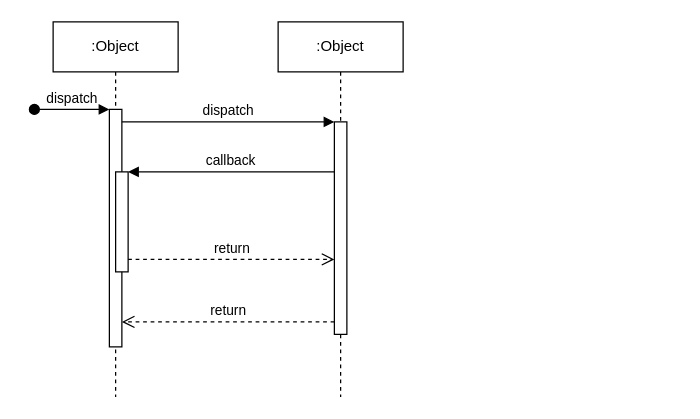
Before: Untitled Diagram.drawio in kameshbrao/ArchiModels, a draw.io diagram. Source tidied: cells renumbered, new cells numbered last; positions are measured from the earlier drawing's top-left corner, leaving out a move shared by most shapes. Both pictures are drawn from the tidied source at 125%, with x=0, y=0 at pixel (34, 21).
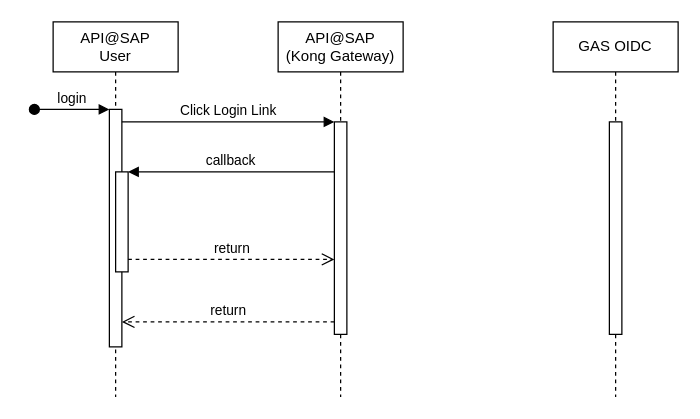
After the change.

The edit, as a diff of the source:
```diff
@@
 <mxGraphModel>
   <root>
     <mxCell id="0" />
     <mxCell id="1" parent="0" />
-    <mxCell id="2" value=":Object" style="shape=umlLifeline;perimeter=lifelinePerimeter;whiteSpace=wrap;html=1;newEdgeStyle={&quot;edgeStyle&quot;:&quot;elbowEdgeStyle&quot;,&quot;elbow&quot;:&quot;vertical&quot;,&quot;curved&quot;:0,&quot;rounded&quot;:0};" parent="1" vertex="1">
+    <mxCell id="2" value="API@SAP &lt;br&gt;User" style="shape=umlLifeline;perimeter=lifelinePerimeter;whiteSpace=wrap;html=1;newEdgeStyle={&quot;edgeStyle&quot;:&quot;elbowEdgeStyle&quot;,&quot;elbow&quot;:&quot;vertical&quot;,&quot;curved&quot;:0,&quot;rounded&quot;:0};" parent="1" vertex="1">
       <mxGeometry x="15" width="100" height="300" as="geometry" />
     </mxCell>
     <mxCell id="3" style="html=1;points=[];perimeter=orthogonalPerimeter;outlineConnect=0;targetShapes=umlLifeline;portConstraint=eastwest;newEdgeStyle={&quot;edgeStyle&quot;:&quot;elbowEdgeStyle&quot;,&quot;elbow&quot;:&quot;vertical&quot;,&quot;curved&quot;:0,&quot;rounded&quot;:0};" parent="2" vertex="1">
       <mxGeometry x="45" y="70" width="10" height="190" as="geometry" />
     </mxCell>
-    <mxCell id="4" value="dispatch" style="html=1;verticalAlign=bottom;startArrow=oval;endArrow=block;startSize=8;edgeStyle=elbowEdgeStyle;elbow=vertical;curved=0;rounded=0;" parent="2" edge="1" target="3">
+    <mxCell id="4" value="login" style="html=1;verticalAlign=bottom;startArrow=oval;endArrow=block;startSize=8;edgeStyle=elbowEdgeStyle;elbow=vertical;curved=0;rounded=0;" parent="2" edge="1" target="3">
       <mxGeometry relative="1" as="geometry">
         <mxPoint x="-15" y="70" as="sourcePoint" />
       </mxGeometry>
     </mxCell>
     <mxCell id="5" style="html=1;points=[];perimeter=orthogonalPerimeter;outlineConnect=0;targetShapes=umlLifeline;portConstraint=eastwest;newEdgeStyle={&quot;edgeStyle&quot;:&quot;elbowEdgeStyle&quot;,&quot;elbow&quot;:&quot;vertical&quot;,&quot;curved&quot;:0,&quot;rounded&quot;:0};" parent="2" vertex="1">
       <mxGeometry x="50" y="120" width="10" height="80" as="geometry" />
     </mxCell>
-    <mxCell id="6" value=":Object" style="shape=umlLifeline;perimeter=lifelinePerimeter;whiteSpace=wrap;html=1;newEdgeStyle={&quot;edgeStyle&quot;:&quot;elbowEdgeStyle&quot;,&quot;elbow&quot;:&quot;vertical&quot;,&quot;curved&quot;:0,&quot;rounded&quot;:0};" parent="1" vertex="1">
+    <mxCell id="6" value="API@SAP&lt;br&gt;(Kong Gateway)" style="shape=umlLifeline;perimeter=lifelinePerimeter;whiteSpace=wrap;html=1;newEdgeStyle={&quot;edgeStyle&quot;:&quot;elbowEdgeStyle&quot;,&quot;elbow&quot;:&quot;vertical&quot;,&quot;curved&quot;:0,&quot;rounded&quot;:0};" parent="1" vertex="1">
       <mxGeometry x="195" width="100" height="300" as="geometry" />
     </mxCell>
     <mxCell id="7" style="html=1;points=[];perimeter=orthogonalPerimeter;outlineConnect=0;targetShapes=umlLifeline;portConstraint=eastwest;newEdgeStyle={&quot;edgeStyle&quot;:&quot;elbowEdgeStyle&quot;,&quot;elbow&quot;:&quot;vertical&quot;,&quot;curved&quot;:0,&quot;rounded&quot;:0};" parent="6" vertex="1">
       <mxGeometry x="45" y="80" width="10" height="170" as="geometry" />
     </mxCell>
-    <mxCell id="8" value="dispatch" style="html=1;verticalAlign=bottom;endArrow=block;edgeStyle=elbowEdgeStyle;elbow=vertical;curved=0;rounded=0;" parent="1" edge="1" source="3" target="7">
+    <mxCell id="8" value="Click Login Link" style="html=1;verticalAlign=bottom;endArrow=block;edgeStyle=elbowEdgeStyle;elbow=vertical;curved=0;rounded=0;" parent="1" edge="1" source="3" target="7">
       <mxGeometry relative="1" as="geometry">
         <Array as="points">
           <mxPoint x="155" y="80" />
         </Array>
       </mxGeometry>
     </mxCell>
     <mxCell id="9" value="return" style="html=1;verticalAlign=bottom;endArrow=open;dashed=1;endSize=8;edgeStyle=elbowEdgeStyle;elbow=vertical;curved=0;rounded=0;" parent="1" edge="1" source="7" target="3">
       <mxGeometry relative="1" as="geometry">
         <Array as="points">
           <mxPoint x="165" y="240" />
         </Array>
       </mxGeometry>
     </mxCell>
     <mxCell id="10" value="callback" style="html=1;verticalAlign=bottom;endArrow=block;edgeStyle=elbowEdgeStyle;elbow=vertical;curved=0;rounded=0;" parent="1" edge="1" source="7" target="5">
       <mxGeometry relative="1" as="geometry">
         <Array as="points">
           <mxPoint x="165" y="120" />
         </Array>
       </mxGeometry>
     </mxCell>
     <mxCell id="11" value="return" style="html=1;verticalAlign=bottom;endArrow=open;dashed=1;endSize=8;edgeStyle=elbowEdgeStyle;elbow=vertical;curved=0;rounded=0;" parent="1" edge="1" source="5" target="7">
       <mxGeometry relative="1" as="geometry">
         <Array as="points">
           <mxPoint x="155" y="190" />
         </Array>
       </mxGeometry>
     </mxCell>
+    <mxCell id="12" value="GAS OIDC" style="shape=umlLifeline;perimeter=lifelinePerimeter;whiteSpace=wrap;html=1;newEdgeStyle={&quot;edgeStyle&quot;:&quot;elbowEdgeStyle&quot;,&quot;elbow&quot;:&quot;vertical&quot;,&quot;curved&quot;:0,&quot;rounded&quot;:0};" parent="1" vertex="1">
+      <mxGeometry x="415" width="100" height="300" as="geometry" />
+    </mxCell>
+    <mxCell id="13" style="html=1;perimeter=orthogonalPerimeter;targetShapes=umlLifeline;newEdgeStyle={&quot;edgeStyle&quot;:&quot;elbowEdgeStyle&quot;,&quot;elbow&quot;:&quot;vertical&quot;,&quot;curved&quot;:0,&quot;rounded&quot;:0};" parent="12" vertex="1">
+      <mxGeometry x="45" y="80" width="10" height="170" as="geometry" />
+    </mxCell>
   </root>
 </mxGraphModel>
```
